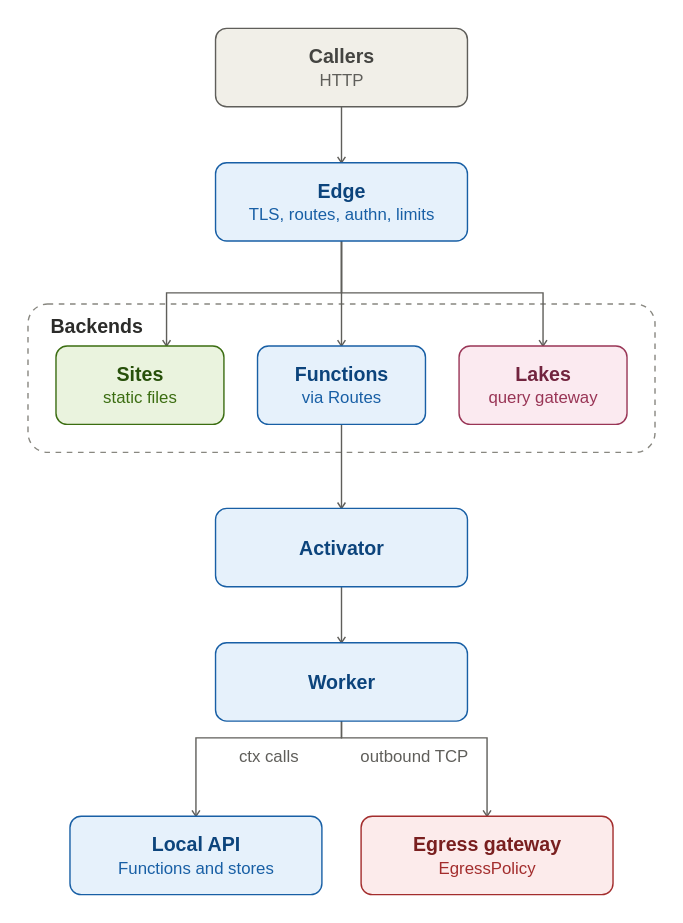
pyvvo/funcd keeps this draw.io diagram as docs/guide/assets/networking.drawio.svg. Above is the earlier version. Source tidied: cells renumbered, new cells last; positions are measured from the earlier drawing's top-left corner, leaving out a move shared by most shapes.
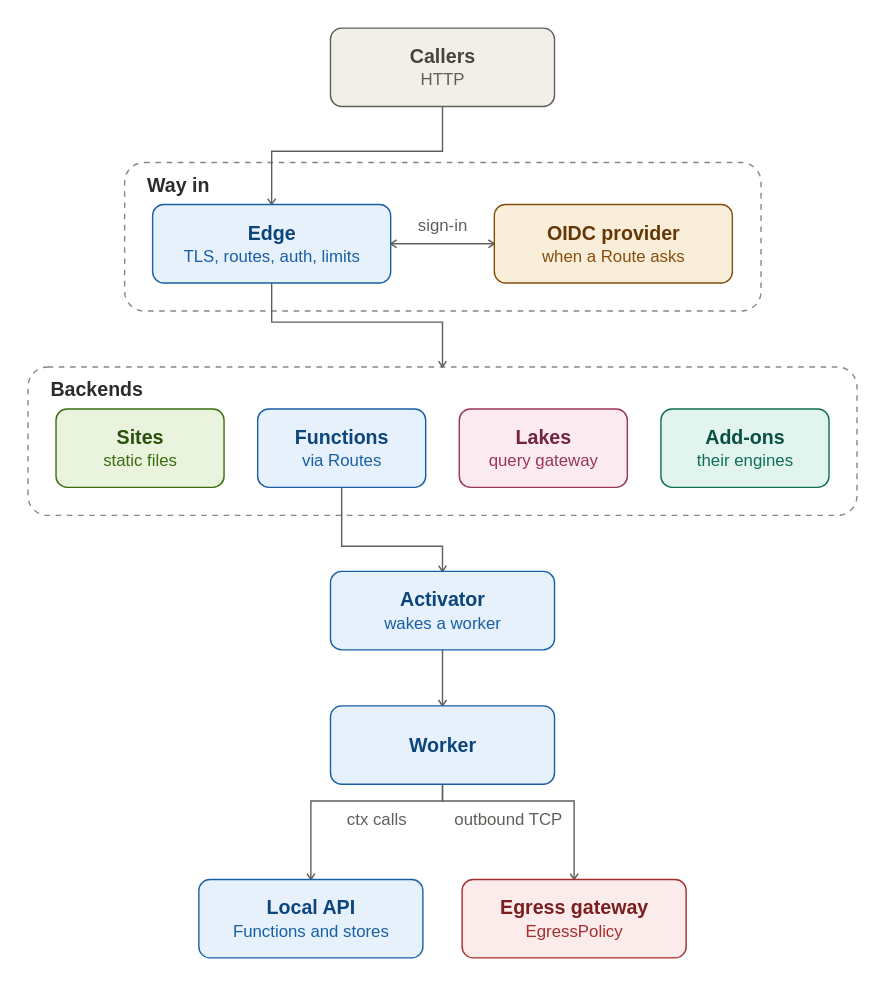
The same diagram one commit later.

The edit, as a diff of the source:
```diff
@@ -3,80 +3,93 @@
     <mxCell id="0" />
     <mxCell id="1" parent="0" />
     <mxCell id="2" value="&lt;b&gt;Callers&lt;/b&gt;&lt;br&gt;&lt;font style=&quot;font-size:12px&quot; color=&quot;#5F5E5A&quot;&gt;HTTP&lt;/font&gt;" style="rounded=1;absoluteArcSize=1;arcSize=16;whiteSpace=wrap;html=1;fillColor=#F1EFE8;strokeColor=#5F5E5A;fontColor=#444441;fontSize=14;" parent="1" vertex="1">
-      <mxGeometry x="134" width="180" height="56" as="geometry" />
+      <mxGeometry x="216" width="160" height="56" as="geometry" />
     </mxCell>
-    <mxCell id="3" value="&lt;b&gt;Edge&lt;/b&gt;&lt;br&gt;&lt;font style=&quot;font-size:12px&quot; color=&quot;#185FA5&quot;&gt;TLS, routes, authn, limits&lt;/font&gt;" style="rounded=1;absoluteArcSize=1;arcSize=16;whiteSpace=wrap;html=1;fillColor=#E6F1FB;strokeColor=#185FA5;fontColor=#0C447C;fontSize=14;" parent="1" vertex="1">
-      <mxGeometry x="134" y="96" width="180" height="56" as="geometry" />
+    <mxCell id="3" value="Way in" style="rounded=1;absoluteArcSize=1;arcSize=28;dashed=1;fillColor=none;strokeColor=#888780;fontStyle=1;fontSize=14;fontColor=#2C2C2A;align=left;verticalAlign=top;spacingLeft=10;spacingTop=2;html=1;" parent="1" vertex="1">
+      <mxGeometry x="69" y="96" width="454.5" height="106" as="geometry" />
     </mxCell>
-    <mxCell id="4" value="Backends" style="rounded=1;absoluteArcSize=1;arcSize=28;dashed=1;fillColor=none;strokeColor=#888780;fontStyle=1;fontSize=14;fontColor=#2C2C2A;align=left;verticalAlign=top;spacingLeft=10;spacingTop=2;html=1;" parent="1" vertex="1">
-      <mxGeometry y="197" width="448" height="106" as="geometry" />
+    <mxCell id="4" value="&lt;b&gt;Edge&lt;/b&gt;&lt;br&gt;&lt;font style=&quot;font-size:12px&quot; color=&quot;#185FA5&quot;&gt;TLS, routes, auth, limits&lt;/font&gt;" style="rounded=1;absoluteArcSize=1;arcSize=16;whiteSpace=wrap;html=1;fillColor=#E6F1FB;strokeColor=#185FA5;fontColor=#0C447C;fontSize=14;" parent="3" vertex="1">
+      <mxGeometry x="20" y="30" width="170" height="56" as="geometry" />
     </mxCell>
-    <mxCell id="5" value="&lt;b&gt;Sites&lt;/b&gt;&lt;br&gt;&lt;font style=&quot;font-size:12px&quot; color=&quot;#3B6D11&quot;&gt;static files&lt;/font&gt;" style="rounded=1;absoluteArcSize=1;arcSize=16;whiteSpace=wrap;html=1;fillColor=#EAF3DE;strokeColor=#3B6D11;fontColor=#27500A;fontSize=14;" parent="4" vertex="1">
-      <mxGeometry x="20" y="30" width="120" height="56" as="geometry" />
+    <mxCell id="5" value="&lt;b&gt;OIDC provider&lt;/b&gt;&lt;br&gt;&lt;font style=&quot;font-size:12px&quot; color=&quot;#854F0B&quot;&gt;when a Route asks&lt;/font&gt;" style="rounded=1;absoluteArcSize=1;arcSize=16;whiteSpace=wrap;html=1;fillColor=#FAEEDA;strokeColor=#854F0B;fontColor=#633806;fontSize=14;" parent="3" vertex="1">
+      <mxGeometry x="264" y="30" width="170" height="56" as="geometry" />
     </mxCell>
-    <mxCell id="6" value="&lt;b&gt;Functions&lt;/b&gt;&lt;br&gt;&lt;font style=&quot;font-size:12px&quot; color=&quot;#185FA5&quot;&gt;via Routes&lt;/font&gt;" style="rounded=1;absoluteArcSize=1;arcSize=16;whiteSpace=wrap;html=1;fillColor=#E6F1FB;strokeColor=#185FA5;fontColor=#0C447C;fontSize=14;" parent="4" vertex="1">
-      <mxGeometry x="164" y="30" width="120" height="56" as="geometry" />
+    <mxCell id="6" value="Backends" style="rounded=1;absoluteArcSize=1;arcSize=28;dashed=1;fillColor=none;strokeColor=#888780;fontStyle=1;fontSize=14;fontColor=#2C2C2A;align=left;verticalAlign=top;spacingLeft=10;spacingTop=2;html=1;" parent="1" vertex="1">
+      <mxGeometry y="242" width="592" height="106" as="geometry" />
     </mxCell>
-    <mxCell id="7" value="&lt;b&gt;Lakes&lt;/b&gt;&lt;br&gt;&lt;font style=&quot;font-size:12px&quot; color=&quot;#993556&quot;&gt;query gateway&lt;/font&gt;" style="rounded=1;absoluteArcSize=1;arcSize=16;whiteSpace=wrap;html=1;fillColor=#FBEAF0;strokeColor=#993556;fontColor=#72243E;fontSize=14;" parent="4" vertex="1">
-      <mxGeometry x="308" y="30" width="120" height="56" as="geometry" />
+    <mxCell id="7" value="&lt;b&gt;Sites&lt;/b&gt;&lt;br&gt;&lt;font style=&quot;font-size:12px&quot; color=&quot;#3B6D11&quot;&gt;static files&lt;/font&gt;" style="rounded=1;absoluteArcSize=1;arcSize=16;whiteSpace=wrap;html=1;fillColor=#EAF3DE;strokeColor=#3B6D11;fontColor=#27500A;fontSize=14;" parent="6" vertex="1">
+      <mxGeometry x="20" y="30" width="120" height="56" as="geometry" />
     </mxCell>
-    <mxCell id="8" value="&lt;b&gt;Activator&lt;/b&gt;" style="rounded=1;absoluteArcSize=1;arcSize=16;whiteSpace=wrap;html=1;fillColor=#E6F1FB;strokeColor=#185FA5;fontColor=#0C447C;fontSize=14;" parent="1" vertex="1">
-      <mxGeometry x="134" y="343" width="180" height="56" as="geometry" />
+    <mxCell id="8" value="&lt;b&gt;Functions&lt;/b&gt;&lt;br&gt;&lt;font style=&quot;font-size:12px&quot; color=&quot;#185FA5&quot;&gt;via Routes&lt;/font&gt;" style="rounded=1;absoluteArcSize=1;arcSize=16;whiteSpace=wrap;html=1;fillColor=#E6F1FB;strokeColor=#185FA5;fontColor=#0C447C;fontSize=14;" parent="6" vertex="1">
+      <mxGeometry x="164" y="30" width="120" height="56" as="geometry" />
     </mxCell>
-    <mxCell id="9" value="&lt;b&gt;Worker&lt;/b&gt;" style="rounded=1;absoluteArcSize=1;arcSize=16;whiteSpace=wrap;html=1;fillColor=#E6F1FB;strokeColor=#185FA5;fontColor=#0C447C;fontSize=14;" parent="1" vertex="1">
-      <mxGeometry x="134" y="439" width="180" height="56" as="geometry" />
+    <mxCell id="9" value="&lt;b&gt;Lakes&lt;/b&gt;&lt;br&gt;&lt;font style=&quot;font-size:12px&quot; color=&quot;#993556&quot;&gt;query gateway&lt;/font&gt;" style="rounded=1;absoluteArcSize=1;arcSize=16;whiteSpace=wrap;html=1;fillColor=#FBEAF0;strokeColor=#993556;fontColor=#72243E;fontSize=14;" parent="6" vertex="1">
+      <mxGeometry x="308" y="30" width="120" height="56" as="geometry" />
     </mxCell>
-    <mxCell id="10" value="&lt;b&gt;Local API&lt;/b&gt;&lt;br&gt;&lt;font style=&quot;font-size:12px&quot; color=&quot;#185FA5&quot;&gt;Functions and stores&lt;/font&gt;" style="rounded=1;absoluteArcSize=1;arcSize=16;whiteSpace=wrap;html=1;fillColor=#E6F1FB;strokeColor=#185FA5;fontColor=#0C447C;fontSize=14;" parent="1" vertex="1">
-      <mxGeometry x="30" y="563" width="180" height="56" as="geometry" />
+    <mxCell id="10" value="&lt;b&gt;Add-ons&lt;/b&gt;&lt;br&gt;&lt;font style=&quot;font-size:12px&quot; color=&quot;#0F6E56&quot;&gt;their engines&lt;/font&gt;" style="rounded=1;absoluteArcSize=1;arcSize=16;whiteSpace=wrap;html=1;fillColor=#E1F5EE;strokeColor=#0F6E56;fontColor=#085041;fontSize=14;" parent="6" vertex="1">
+      <mxGeometry x="452" y="30" width="120" height="56" as="geometry" />
     </mxCell>
-    <mxCell id="11" value="&lt;b&gt;Egress gateway&lt;/b&gt;&lt;br&gt;&lt;font style=&quot;font-size:12px&quot; color=&quot;#A32D2D&quot;&gt;EgressPolicy&lt;/font&gt;" style="rounded=1;absoluteArcSize=1;arcSize=16;whiteSpace=wrap;html=1;fillColor=#FCEBEB;strokeColor=#A32D2D;fontColor=#791F1F;fontSize=14;" parent="1" vertex="1">
-      <mxGeometry x="238" y="563" width="180" height="56" as="geometry" />
+    <mxCell id="11" value="&lt;b&gt;Activator&lt;/b&gt;&lt;br&gt;&lt;font style=&quot;font-size:12px&quot; color=&quot;#185FA5&quot;&gt;wakes a worker&lt;/font&gt;" style="rounded=1;absoluteArcSize=1;arcSize=16;whiteSpace=wrap;html=1;fillColor=#E6F1FB;strokeColor=#185FA5;fontColor=#0C447C;fontSize=14;" parent="1" vertex="1">
+      <mxGeometry x="216" y="388" width="160" height="56" as="geometry" />
     </mxCell>
+    <mxCell id="20" value="&lt;b&gt;Worker&lt;/b&gt;" style="rounded=1;absoluteArcSize=1;arcSize=16;whiteSpace=wrap;html=1;fillColor=#E6F1FB;strokeColor=#185FA5;fontColor=#0C447C;fontSize=14;" parent="1" vertex="1">
+      <mxGeometry x="216" y="484" width="160" height="56" as="geometry" />
+    </mxCell>
+    <mxCell id="21" value="&lt;b&gt;Local API&lt;/b&gt;&lt;br&gt;&lt;font style=&quot;font-size:12px&quot; color=&quot;#185FA5&quot;&gt;Functions and stores&lt;/font&gt;" style="rounded=1;absoluteArcSize=1;arcSize=16;whiteSpace=wrap;html=1;fillColor=#E6F1FB;strokeColor=#185FA5;fontColor=#0C447C;fontSize=14;" parent="1" vertex="1">
+      <mxGeometry x="122" y="608" width="160" height="56" as="geometry" />
+    </mxCell>
+    <mxCell id="22" value="&lt;b&gt;Egress gateway&lt;/b&gt;&lt;br&gt;&lt;font style=&quot;font-size:12px&quot; color=&quot;#A32D2D&quot;&gt;EgressPolicy&lt;/font&gt;" style="rounded=1;absoluteArcSize=1;arcSize=16;whiteSpace=wrap;html=1;fillColor=#FCEBEB;strokeColor=#A32D2D;fontColor=#791F1F;fontSize=14;" parent="1" vertex="1">
+      <mxGeometry x="310" y="608" width="160" height="56" as="geometry" />
+    </mxCell>
-    <mxCell id="12" style="edgeStyle=orthogonalEdgeStyle;rounded=0;html=1;jettySize=auto;strokeColor=#5F5E5A;fontColor=#5F5E5A;fontSize=12;labelBackgroundColor=#FFFFFF;endSize=7;endArrow=open;endFill=0;exitX=0.5;exitY=1;exitDx=0;exitDy=0;exitPerimeter=0;entryX=0.5;entryY=0;entryDx=0;entryDy=0;entryPerimeter=0;" parent="1" edge="1" source="2" target="3">
-      <mxGeometry relative="1" as="geometry" />
+    <mxCell id="12" style="edgeStyle=orthogonalEdgeStyle;rounded=0;html=1;jettySize=auto;strokeColor=#5F5E5A;fontColor=#5F5E5A;fontSize=12;labelBackgroundColor=#FFFFFF;endSize=7;endArrow=open;endFill=0;exitX=0.5;exitY=1;exitDx=0;exitDy=0;exitPerimeter=0;entryX=0.5;entryY=0;entryDx=0;entryDy=0;entryPerimeter=0;" parent="1" edge="1" source="2" target="4">
+      <mxGeometry relative="1" as="geometry">
+        <Array as="points">
+          <mxPoint x="296" y="88" />
+          <mxPoint x="174" y="88" />
+        </Array>
+      </mxGeometry>
     </mxCell>
-    <mxCell id="13" style="edgeStyle=orthogonalEdgeStyle;rounded=0;html=1;jettySize=auto;strokeColor=#5F5E5A;fontColor=#5F5E5A;fontSize=12;labelBackgroundColor=#FFFFFF;endSize=7;endArrow=open;endFill=0;exitX=0.5;exitY=1;exitDx=0;exitDy=0;exitPerimeter=0;entryX=0.658;entryY=0;entryDx=0;entryDy=0;entryPerimeter=0;" parent="1" edge="1" source="3" target="5">
+    <mxCell id="13" value="sign-in" style="edgeStyle=orthogonalEdgeStyle;rounded=0;html=1;jettySize=auto;strokeColor=#5F5E5A;fontColor=#5F5E5A;fontSize=12;labelBackgroundColor=#FFFFFF;endSize=7;endArrow=open;endFill=0;startArrow=open;startFill=0;startSize=7;exitX=1;exitY=0.5;exitDx=0;exitDy=0;exitPerimeter=0;entryX=0;entryY=0.5;entryDx=0;entryDy=0;entryPerimeter=0;" parent="1" edge="1" source="4" target="5">
       <mxGeometry relative="1" as="geometry">
-        <Array as="points">
-          <mxPoint x="224" y="189" />
-          <mxPoint x="99" y="189" />
-        </Array>
+        <mxPoint y="-13" as="offset" />
       </mxGeometry>
     </mxCell>
-    <mxCell id="14" style="edgeStyle=orthogonalEdgeStyle;rounded=0;html=1;jettySize=auto;strokeColor=#5F5E5A;fontColor=#5F5E5A;fontSize=12;labelBackgroundColor=#FFFFFF;endSize=7;endArrow=open;endFill=0;exitX=0.5;exitY=1;exitDx=0;exitDy=0;exitPerimeter=0;entryX=0.5;entryY=0;entryDx=0;entryDy=0;entryPerimeter=0;" parent="1" edge="1" source="3" target="6">
-      <mxGeometry relative="1" as="geometry" />
+    <mxCell id="14" style="edgeStyle=orthogonalEdgeStyle;rounded=0;html=1;jettySize=auto;strokeColor=#5F5E5A;fontColor=#5F5E5A;fontSize=12;labelBackgroundColor=#FFFFFF;endSize=7;endArrow=open;endFill=0;exitX=0.5;exitY=1;exitDx=0;exitDy=0;exitPerimeter=0;entryX=0.5;entryY=0;entryDx=0;entryDy=0;entryPerimeter=0;" parent="1" edge="1" source="4" target="6">
+      <mxGeometry relative="1" as="geometry">
+        <Array as="points">
+          <mxPoint x="174" y="210" />
+          <mxPoint x="296" y="210" />
+        </Array>
+      </mxGeometry>
     </mxCell>
-    <mxCell id="15" style="edgeStyle=orthogonalEdgeStyle;rounded=0;html=1;jettySize=auto;strokeColor=#5F5E5A;fontColor=#5F5E5A;fontSize=12;labelBackgroundColor=#FFFFFF;endSize=7;endArrow=open;endFill=0;exitX=0.5;exitY=1;exitDx=0;exitDy=0;exitPerimeter=0;entryX=0.5;entryY=0;entryDx=0;entryDy=0;entryPerimeter=0;" parent="1" edge="1" source="3" target="7">
+    <mxCell id="15" style="edgeStyle=orthogonalEdgeStyle;rounded=0;html=1;jettySize=auto;strokeColor=#5F5E5A;fontColor=#5F5E5A;fontSize=12;labelBackgroundColor=#FFFFFF;endSize=7;endArrow=open;endFill=0;exitX=0.5;exitY=1;exitDx=0;exitDy=0;exitPerimeter=0;entryX=0.5;entryY=0;entryDx=0;entryDy=0;entryPerimeter=0;" parent="1" edge="1" source="8" target="11">
       <mxGeometry relative="1" as="geometry">
         <Array as="points">
-          <mxPoint x="224" y="189" />
-          <mxPoint x="368" y="189" />
+          <mxPoint x="224" y="370" />
+          <mxPoint x="296" y="370" />
         </Array>
       </mxGeometry>
     </mxCell>
-    <mxCell id="16" style="edgeStyle=orthogonalEdgeStyle;rounded=0;html=1;jettySize=auto;strokeColor=#5F5E5A;fontColor=#5F5E5A;fontSize=12;labelBackgroundColor=#FFFFFF;endSize=7;endArrow=open;endFill=0;exitX=0.5;exitY=1;exitDx=0;exitDy=0;exitPerimeter=0;entryX=0.5;entryY=0;entryDx=0;entryDy=0;entryPerimeter=0;" parent="1" edge="1" source="6" target="8">
+    <mxCell id="16" style="edgeStyle=orthogonalEdgeStyle;rounded=0;html=1;jettySize=auto;strokeColor=#5F5E5A;fontColor=#5F5E5A;fontSize=12;labelBackgroundColor=#FFFFFF;endSize=7;endArrow=open;endFill=0;exitX=0.5;exitY=1;exitDx=0;exitDy=0;exitPerimeter=0;entryX=0.5;entryY=0;entryDx=0;entryDy=0;entryPerimeter=0;" parent="1" edge="1" source="11" target="20">
       <mxGeometry relative="1" as="geometry" />
     </mxCell>
-    <mxCell id="17" style="edgeStyle=orthogonalEdgeStyle;rounded=0;html=1;jettySize=auto;strokeColor=#5F5E5A;fontColor=#5F5E5A;fontSize=12;labelBackgroundColor=#FFFFFF;endSize=7;endArrow=open;endFill=0;exitX=0.5;exitY=1;exitDx=0;exitDy=0;exitPerimeter=0;entryX=0.5;entryY=0;entryDx=0;entryDy=0;entryPerimeter=0;" parent="1" edge="1" source="8" target="9">
-      <mxGeometry relative="1" as="geometry" />
+    <mxCell id="17" value="ctx calls" style="edgeStyle=orthogonalEdgeStyle;rounded=0;html=1;jettySize=auto;strokeColor=#5F5E5A;fontColor=#5F5E5A;fontSize=12;labelBackgroundColor=#FFFFFF;endSize=7;endArrow=open;endFill=0;exitX=0.5;exitY=1;exitDx=0;exitDy=0;exitPerimeter=0;entryX=0.5;entryY=0;entryDx=0;entryDy=0;entryPerimeter=0;" parent="1" edge="1" source="20" target="21">
+      <mxGeometry x="-0.27" relative="1" as="geometry">
+        <Array as="points">
+          <mxPoint x="296" y="552" />
+          <mxPoint x="202" y="552" />
+        </Array>
+        <mxPoint y="13" as="offset" />
+      </mxGeometry>
     </mxCell>
-    <mxCell id="18" value="ctx calls" style="edgeStyle=orthogonalEdgeStyle;rounded=0;html=1;jettySize=auto;strokeColor=#5F5E5A;fontColor=#5F5E5A;fontSize=12;labelBackgroundColor=#FFFFFF;endSize=7;endArrow=open;endFill=0;exitX=0.5;exitY=1;exitDx=0;exitDy=0;exitPerimeter=0;entryX=0.5;entryY=0;entryDx=0;entryDy=0;entryPerimeter=0;" parent="1" edge="1" source="9" target="10">
-      <mxGeometry x="-0.26" relative="1" as="geometry">
+    <mxCell id="18" value="outbound TCP" style="edgeStyle=orthogonalEdgeStyle;rounded=0;html=1;jettySize=auto;strokeColor=#5F5E5A;fontColor=#5F5E5A;fontSize=12;labelBackgroundColor=#FFFFFF;endSize=7;endArrow=open;endFill=0;exitX=0.5;exitY=1;exitDx=0;exitDy=0;exitPerimeter=0;entryX=0.5;entryY=0;entryDx=0;entryDy=0;entryPerimeter=0;" parent="1" edge="1" source="20" target="22">
+      <mxGeometry x="-0.27" relative="1" as="geometry">
         <Array as="points">
-          <mxPoint x="224" y="507" />
-          <mxPoint x="120" y="507" />
+          <mxPoint x="296" y="552" />
+          <mxPoint x="390" y="552" />
         </Array>
         <mxPoint y="13" as="offset" />
       </mxGeometry>
     </mxCell>
-    <mxCell id="19" value="outbound TCP" style="edgeStyle=orthogonalEdgeStyle;rounded=0;html=1;jettySize=auto;strokeColor=#5F5E5A;fontColor=#5F5E5A;fontSize=12;labelBackgroundColor=#FFFFFF;endSize=7;endArrow=open;endFill=0;exitX=0.5;exitY=1;exitDx=0;exitDy=0;exitPerimeter=0;entryX=0.5;entryY=0;entryDx=0;entryDy=0;entryPerimeter=0;" parent="1" edge="1" source="9" target="11">
-      <mxGeometry x="-0.26" relative="1" as="geometry">
-        <Array as="points">
-          <mxPoint x="224" y="507" />
-          <mxPoint x="328" y="507" />
-        </Array>
-        <mxPoint y="13" as="offset" />
-      </mxGeometry>
-    </mxCell>
   </root>
 </mxGraphModel>
```
